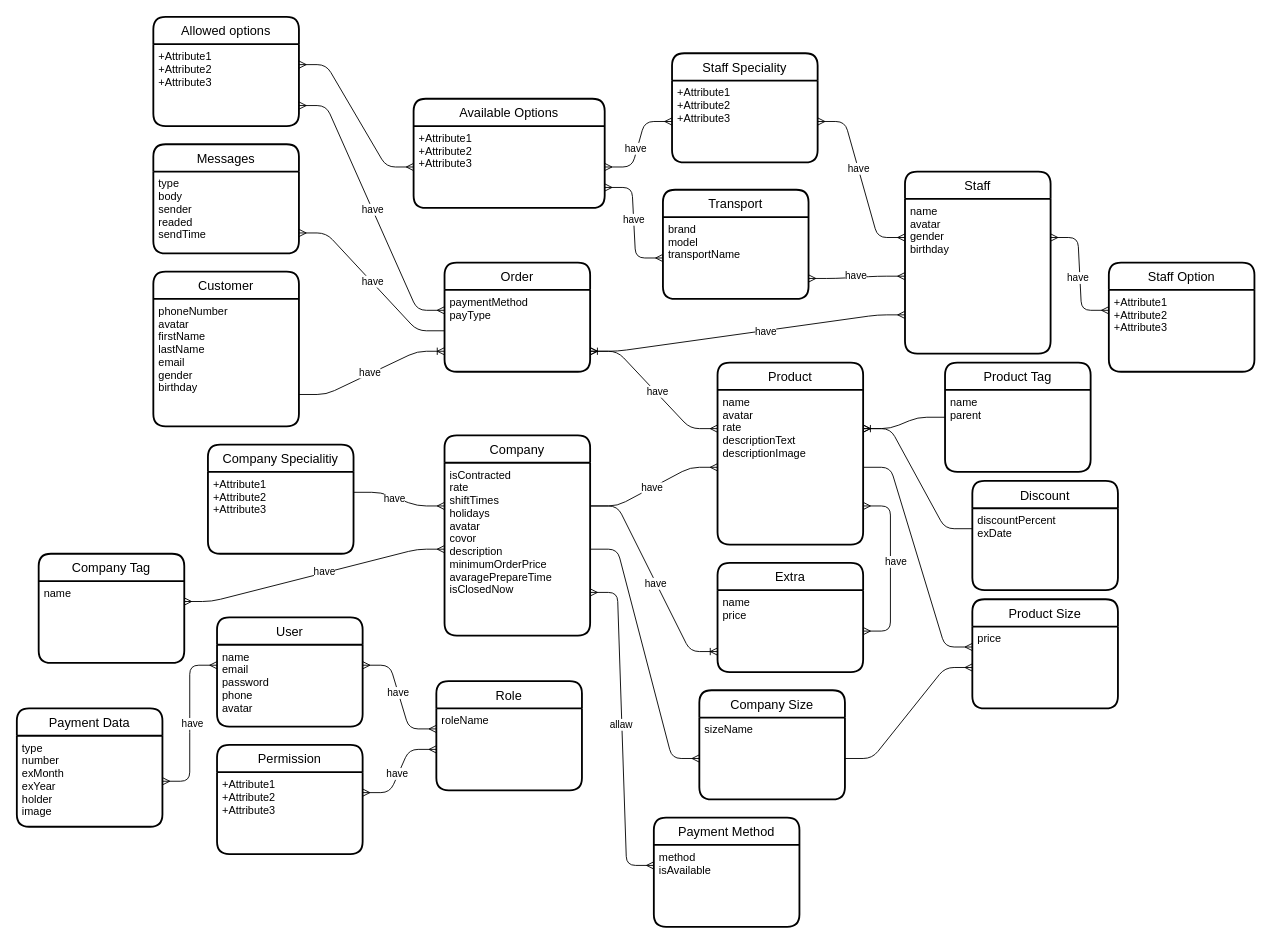
Above: page "logical model" (2 of 2) of Delibox Diagram.drawio in DELIBOXsa/delibox-ER (draw.io), before the change. Source tidied: cells renumbered, new cells numbered last; positions are measured from the earlier drawing's top-left corner, leaving out a move shared by most shapes. Both pictures are drawn from the tidied source at 91%, with x=0, y=0 at pixel (16, 16).
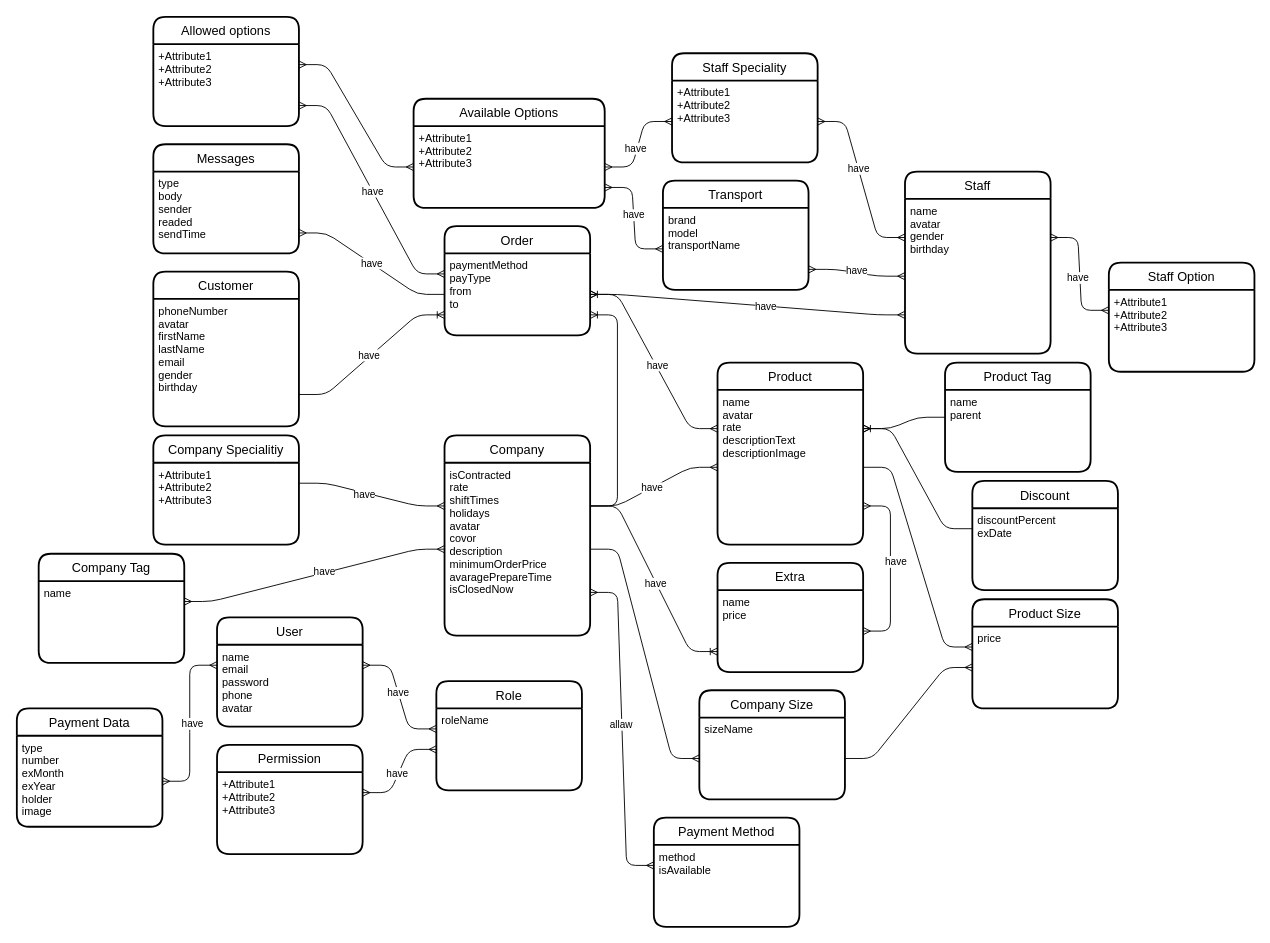
The same page after the edit.

The change refers to these unchanged cells:
```xml
<mxCell id="3" value="isContracted&#10;rate&#10;shiftTimes&#10;holidays&#10;avatar&#10;covor&#10;description&#10;minimumOrderPrice&#10;avaragePrepareTime&#10;isClosedNow" style="align=left;strokeColor=none;fillColor=none;spacingLeft=4;fontSize=12;verticalAlign=top;rounded=1;" parent="2" vertex="1">
  <mxGeometry y="30" width="160" height="190" as="geometry" />
</mxCell>
<mxCell id="7" value="name &#10;avatar&#10;gender&#10;birthday" style="align=left;strokeColor=none;fillColor=none;spacingLeft=4;fontSize=12;verticalAlign=top;rounded=1;" parent="6" vertex="1">
  <mxGeometry y="30" width="160" height="170" as="geometry" />
</mxCell>
<mxCell id="9" value="name&#10;avatar&#10;rate&#10;descriptionText&#10;descriptionImage" style="align=left;strokeColor=none;fillColor=none;spacingLeft=4;fontSize=12;verticalAlign=top;rounded=1;" parent="8" vertex="1">
  <mxGeometry y="30" width="160" height="170" as="geometry" />
</mxCell>
```

Diff of the diagram source:
```diff
@@
     <mxCell id="14" value="Order" style="swimlane;horizontal=1;startSize=30;fontSize=14;fontStyle=0;strokeWidth=2;shadow=0;dashed=0;align=center;rounded=1;" parent="1" vertex="1">
-      <mxGeometry x="470" y="270" width="160" height="120" as="geometry" />
+      <mxGeometry x="470" y="230" width="160" height="120" as="geometry" />
     </mxCell>
-    <mxCell id="15" value="paymentMethod&#10;payType&#10;" style="align=left;strokeColor=none;fillColor=none;spacingLeft=4;fontSize=12;verticalAlign=top;rounded=1;" parent="14" vertex="1">
+    <mxCell id="15" value="paymentMethod&#10;payType&#10;from&#10;to" style="align=left;strokeColor=none;fillColor=none;spacingLeft=4;fontSize=12;verticalAlign=top;rounded=1;" parent="14" vertex="1">
       <mxGeometry y="30" width="160" height="90" as="geometry" />
     </mxCell>
@@
-    <mxCell id="18" style="edgeStyle=entityRelationEdgeStyle;fontSize=12;html=1;endArrow=ERoneToMany;rounded=1;entryX=1;entryY=0.75;entryDx=0;entryDy=0;exitX=0;exitY=0.25;exitDx=0;exitDy=0;startArrow=ERmany;startFill=0;" parent="1" edge="1" source="9" target="15">
+    <mxCell id="18" style="edgeStyle=entityRelationEdgeStyle;fontSize=12;html=1;endArrow=ERoneToMany;rounded=1;entryX=1;entryY=0.5;entryDx=0;entryDy=0;exitX=0;exitY=0.25;exitDx=0;exitDy=0;startArrow=ERmany;startFill=0;" parent="1" edge="1" source="9" target="15">
       <mxGeometry relative="1" as="geometry" />
     </mxCell>
@@
-    <mxCell id="20" style="edgeStyle=entityRelationEdgeStyle;fontSize=12;html=1;endArrow=ERmany;startArrow=ERmany;rounded=1;exitX=1;exitY=0.75;exitDx=0;exitDy=0;entryX=0;entryY=0.75;entryDx=0;entryDy=0;" parent="1" edge="1" source="15" target="7">
+    <mxCell id="20" style="edgeStyle=entityRelationEdgeStyle;fontSize=12;html=1;endArrow=ERmany;startArrow=ERmany;rounded=1;exitX=1;exitY=0.5;exitDx=0;exitDy=0;entryX=0;entryY=0.75;entryDx=0;entryDy=0;" parent="1" edge="1" source="15" target="7">
       <mxGeometry relative="1" as="geometry" />
     </mxCell>
@@
     <mxCell id="26" value="Transport" style="swimlane;horizontal=1;startSize=30;rounded=1;fontSize=14;fontStyle=0;strokeWidth=2;shadow=0;dashed=0;align=center;" parent="1" vertex="1">
-      <mxGeometry x="710" y="190" width="160" height="120" as="geometry" />
+      <mxGeometry x="710" y="180" width="160" height="120" as="geometry" />
     </mxCell>
@@
     <mxCell id="71" value="Company Specialitiy" style="swimlane;horizontal=1;startSize=30;rounded=1;fontSize=14;fontStyle=0;strokeWidth=2;shadow=0;dashed=0;align=center;sketch=0;" parent="1" vertex="1">
-      <mxGeometry x="210" y="470" width="160" height="120" as="geometry" />
+      <mxGeometry x="150" y="460" width="160" height="120" as="geometry" />
     </mxCell>
@@
+    <mxCell id="92" style="edgeStyle=entityRelationEdgeStyle;fontSize=12;html=1;endArrow=ERoneToMany;rounded=1;sketch=0;curved=0;exitX=1;exitY=0.25;exitDx=0;exitDy=0;entryX=1;entryY=0.75;entryDx=0;entryDy=0;" parent="1" edge="1" source="3" target="15">
+      <mxGeometry relative="1" as="geometry" />
+    </mxCell>
```
